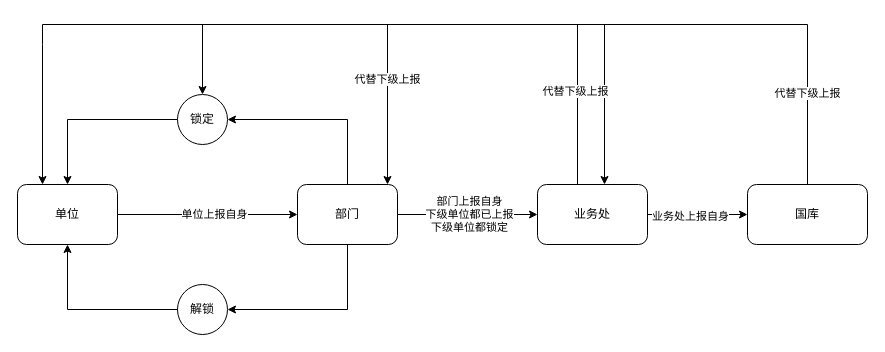
Earlier version of the draw.io diagram 锁定.drawio (1148118271/images). Source tidied: cells renumbered, new cells numbered last; positions are measured from the earlier drawing's top-left corner, leaving out a move shared by most shapes. Both pictures are drawn from the tidied source at 100%, with x=0, y=0 at pixel (17, 24).
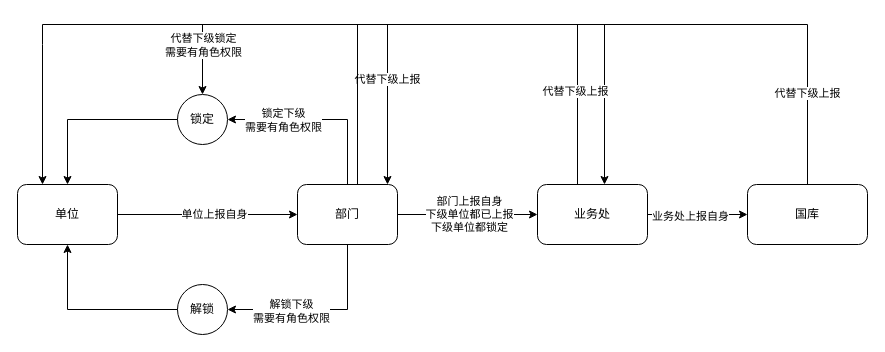
After the change.

The change refers to these unchanged cells:
```xml
<mxCell id="16" style="endArrow=classic;html=1;rounded=0;exitX=0.5;exitY=0;exitDx=0;exitDy=0;entryX=1;entryY=0.5;entryDx=0;entryDy=0;" parent="1" edge="1" source="3" target="6">
  <mxGeometry relative="1" as="geometry">
    <Array as="points">
      <mxPoint x="330" y="95" />
    </Array>
  </mxGeometry>
</mxCell>
<mxCell id="17" style="endArrow=classic;html=1;rounded=0;exitX=0.5;exitY=1;exitDx=0;exitDy=0;entryX=1;entryY=0.5;entryDx=0;entryDy=0;" parent="1" edge="1" source="3" target="12">
  <mxGeometry relative="1" as="geometry">
    <Array as="points">
      <mxPoint x="330" y="285" />
    </Array>
  </mxGeometry>
</mxCell>
<mxCell id="23" style="endArrow=classic;html=1;rounded=0;entryX=0.5;entryY=0;entryDx=0;entryDy=0;" parent="1" edge="1" target="6">
  <mxGeometry relative="1" as="geometry">
    <mxPoint x="185" as="sourcePoint" />
  </mxGeometry>
</mxCell>
```

Change to the diagram source:
```diff
@@
+    <mxCell id="27" value="锁定下级&lt;div&gt;需要有角色权限&lt;/div&gt;" style="edgeLabel;html=1;align=center;verticalAlign=middle;" parent="16" vertex="1">
+      <mxGeometry x="0.4" relative="1" as="geometry" />
+    </mxCell>
@@
+    <mxCell id="28" value="解锁下级&lt;div&gt;需要有角色权限&lt;/div&gt;" style="edgeLabel;html=1;align=center;verticalAlign=middle;" parent="17" vertex="1">
+      <mxGeometry x="0.32" y="1" relative="1" as="geometry" />
+    </mxCell>
@@
+    <mxCell id="29" value="代替下级锁定&lt;div&gt;需要有角色权限&lt;/div&gt;" style="edgeLabel;html=1;align=center;verticalAlign=middle;" parent="23" vertex="1">
+      <mxGeometry x="-0.42" relative="1" as="geometry" />
+    </mxCell>
@@
+    <mxCell id="30" style="endArrow=none;html=1;rounded=0;" parent="1" edge="1">
+      <mxGeometry relative="1" as="geometry">
+        <mxPoint x="340" y="160" as="sourcePoint" />
+        <mxPoint x="340" as="targetPoint" />
+      </mxGeometry>
+    </mxCell>
+    <mxCell id="31" value="&lt;div style=&quot;text-align: start;&quot;&gt;&lt;font face=&quot;monospace&quot; color=&quot;rgba(0, 0, 0, 0)&quot;&gt;&lt;span style=&quot;font-size: 0px; background-color: rgb(251, 251, 251);&quot;&gt;d&lt;/span&gt;&lt;/font&gt;&lt;/div&gt;" style="edgeLabel;html=1;align=center;verticalAlign=middle;" parent="30" vertex="1">
+      <mxGeometry x="0.19" y="1" relative="1" as="geometry" />
+    </mxCell>
```
